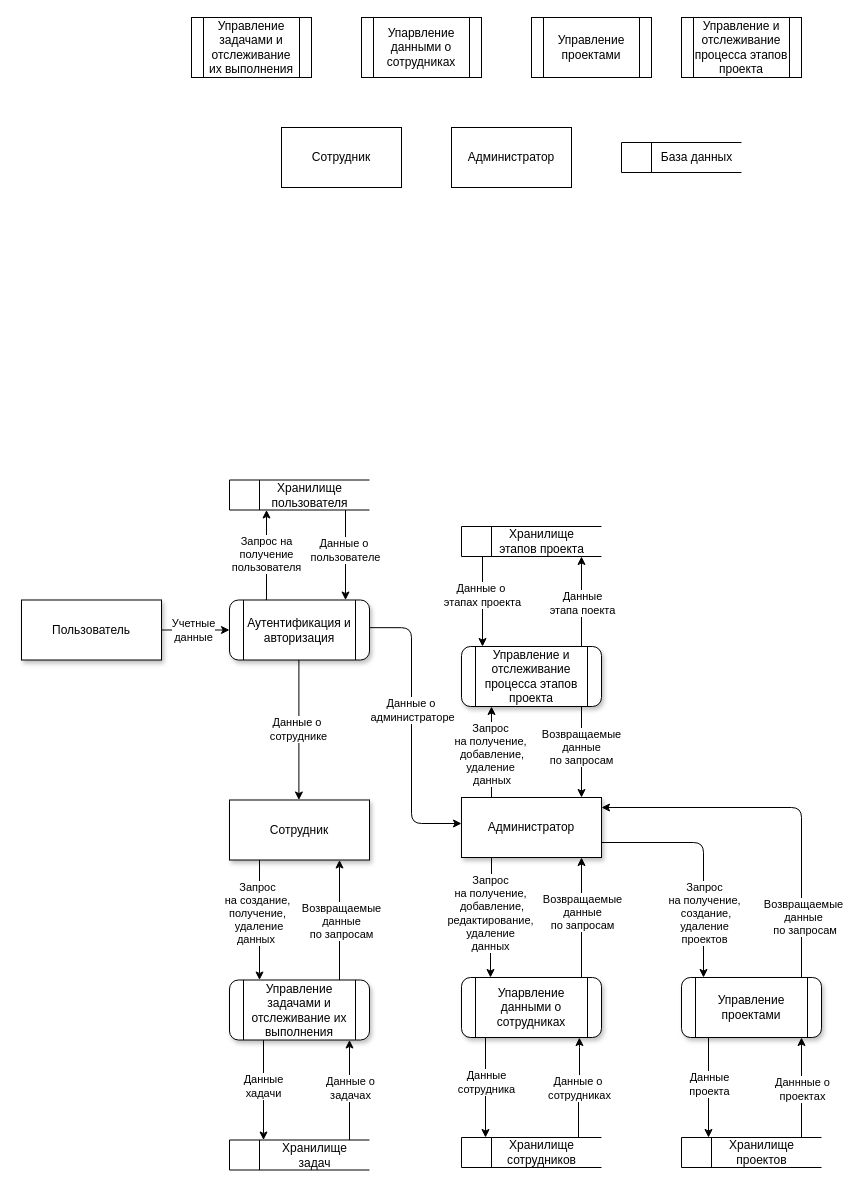
Above: page "Потоки данных" (5 of 7) of misc/Диаграммы/schema.drawio in Kristinycheremych/eremenko-graduateproject (draw.io), before the change. Source tidied: cells renumbered, new cells numbered last; positions are measured from the earlier drawing's top-left corner, leaving out a move shared by most shapes. Both pictures are drawn from the tidied source at 100%, with x=0, y=0 at pixel (21, 17).
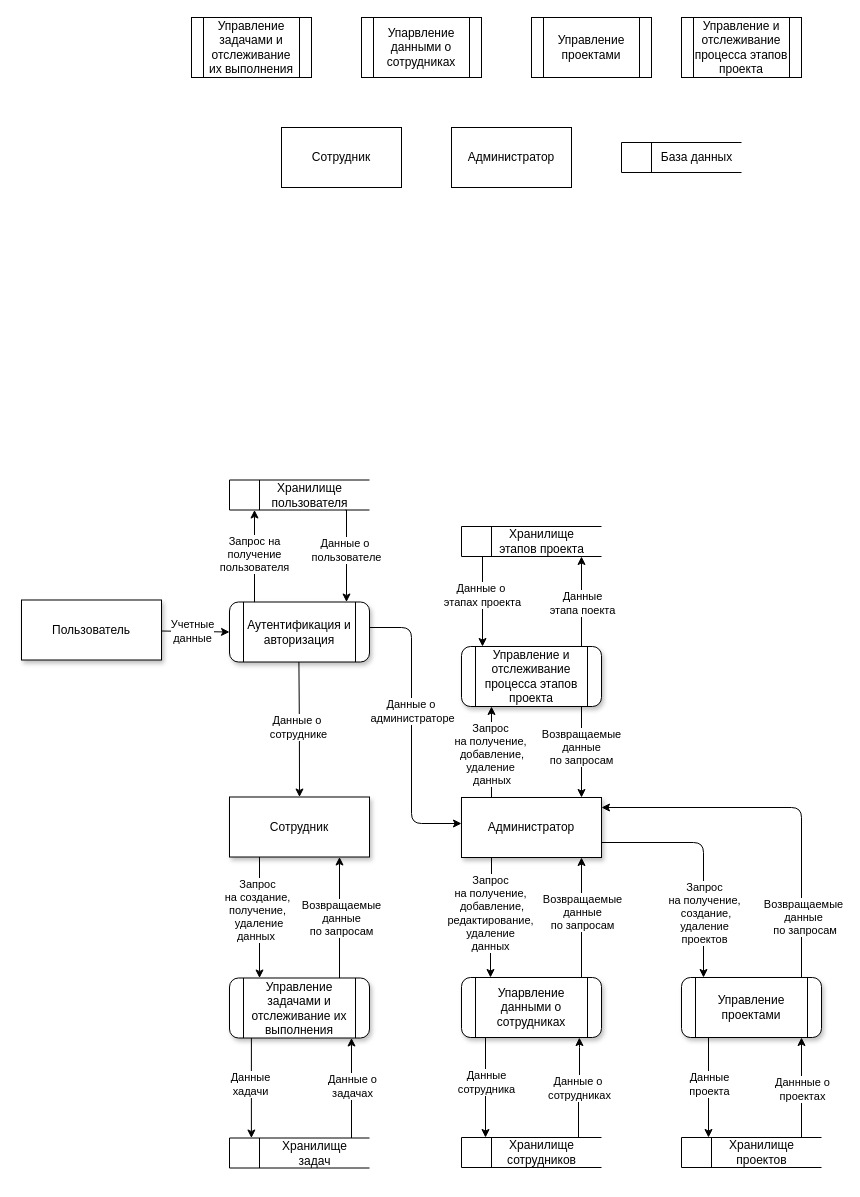
After the change.

Unchanged cells that the change refers to:
```xml
<mxCell id="47" style="html=1;dashed=0;whiteSpace=wrap;shape=mxgraph.dfd.dataStoreID;align=left;spacingLeft=3;points=[[0,0],[0.5,0],[1,0],[0,0.5],[1,0.5],[0,1],[0.5,1],[1,1]];" parent="46" vertex="1">
  <mxGeometry width="140" height="30" as="geometry" />
</mxCell>
<mxCell id="66" style="html=1;dashed=0;whiteSpace=wrap;shape=mxgraph.dfd.dataStoreID;align=left;spacingLeft=3;points=[[0,0],[0.5,0],[1,0],[0,0.5],[1,0.5],[0,1],[0.5,1],[1,1]];" parent="65" vertex="1">
  <mxGeometry width="140" height="30" as="geometry" />
</mxCell>
```

Change to the diagram source:
```diff
@@
     <mxCell id="40" style="edgeStyle=orthogonalEdgeStyle;rounded=0;orthogonalLoop=1;jettySize=auto;html=1;" parent="1" edge="1">
       <mxGeometry relative="1" as="geometry">
-        <mxPoint x="242" y="1022.5" as="sourcePoint" />
-        <mxPoint x="242" y="1122.5" as="targetPoint" />
+        <mxPoint x="229.9" y="1020.5" as="sourcePoint" />
+        <mxPoint x="229.9" y="1120.5" as="targetPoint" />
       </mxGeometry>
     </mxCell>
@@
     <mxCell id="42" value="Управление задачами и отслеживание их выполнения" style="shape=process;whiteSpace=wrap;html=1;backgroundOutline=1;rounded=1;shadow=1;strokeWidth=1;glass=0;perimeterSpacing=0;gradientColor=none;" parent="1" vertex="1">
-      <mxGeometry x="208" y="962.5" width="140" height="60" as="geometry" />
+      <mxGeometry x="208" y="960.5" width="140" height="60" as="geometry" />
     </mxCell>
@@
     <mxCell id="45" value="Сотрудник" style="rounded=0;whiteSpace=wrap;html=1;shadow=1;" parent="1" vertex="1">
-      <mxGeometry x="208" y="782.5" width="140" height="60" as="geometry" />
+      <mxGeometry x="208" y="779.5" width="140" height="60" as="geometry" />
     </mxCell>
     <mxCell id="46" style="group;" parent="1" vertex="1">
-      <mxGeometry x="208" y="1122.5" width="140" height="35" as="geometry" />
+      <mxGeometry x="208" y="1120.5" width="140" height="35" as="geometry" />
     </mxCell>
@@
-    <mxCell id="49" style="edgeStyle=orthogonalEdgeStyle;rounded=0;orthogonalLoop=1;jettySize=auto;html=1;" parent="1" edge="1">
+    <mxCell id="49" style="edgeStyle=orthogonalEdgeStyle;rounded=0;jettySize=auto;html=1;" parent="1" edge="1" source="47" target="42">
       <mxGeometry relative="1" as="geometry">
-        <mxPoint x="328" y="1122.5" as="sourcePoint" />
-        <mxPoint x="328" y="1022.5" as="targetPoint" />
         <Array as="points">
-          <mxPoint x="328" y="1072.5" />
-          <mxPoint x="328" y="1072.5" />
+          <mxPoint x="330" y="1070" />
+          <mxPoint x="330" y="1070" />
         </Array>
       </mxGeometry>
     </mxCell>
@@
-    <mxCell id="61" style="edgeStyle=orthogonalEdgeStyle;rounded=0;orthogonalLoop=1;jettySize=auto;html=1;" parent="1" edge="1">
+    <mxCell id="61" style="edgeStyle=orthogonalEdgeStyle;rounded=0;jettySize=auto;html=1;" parent="1" edge="1" target="45">
       <mxGeometry relative="1" as="geometry">
         <mxPoint x="277.4" y="642.5" as="sourcePoint" />
-        <mxPoint x="277.4" y="782.5" as="targetPoint" />
-        <Array as="points">
-          <mxPoint x="277.4" y="712.5" />
-          <mxPoint x="277.4" y="712.5" />
-        </Array>
       </mxGeometry>
     </mxCell>
@@
-    <mxCell id="63" style="edgeStyle=orthogonalEdgeStyle;rounded=1;jettySize=auto;html=1;curved=0;exitX=0.998;exitY=0.461;exitDx=0;exitDy=0;exitPerimeter=0;" parent="1" edge="1" source="70">
+    <mxCell id="63" style="edgeStyle=orthogonalEdgeStyle;rounded=1;jettySize=auto;html=1;curved=0;" parent="1" edge="1" source="70">
       <mxGeometry relative="1" as="geometry">
         <mxPoint x="440" y="806" as="targetPoint" />
         <Array as="points">
           <mxPoint x="390" y="610" />
           <mxPoint x="390" y="806" />
         </Array>
       </mxGeometry>
     </mxCell>
@@
-    <mxCell id="68" style="edgeStyle=orthogonalEdgeStyle;rounded=0;jettySize=auto;html=1;" parent="1" edge="1" target="66">
+    <mxCell id="68" style="edgeStyle=orthogonalEdgeStyle;rounded=0;orthogonalLoop=1;jettySize=auto;html=1;" parent="1" edge="1">
       <mxGeometry relative="1" as="geometry">
-        <mxPoint x="244" y="582.5" as="sourcePoint" />
+        <mxPoint x="233" y="584.5" as="sourcePoint" />
+        <mxPoint x="233" y="492.5" as="targetPoint" />
         <Array as="points">
-          <mxPoint x="245" y="582.5" />
+          <mxPoint x="233" y="540" />
+          <mxPoint x="233" y="540" />
         </Array>
       </mxGeometry>
     </mxCell>
@@
     <mxCell id="70" value="Аутентификация и авторизация" style="shape=process;whiteSpace=wrap;html=1;backgroundOutline=1;rounded=1;shadow=1;strokeWidth=1;glass=0;perimeterSpacing=0;gradientColor=none;" parent="1" vertex="1">
-      <mxGeometry x="208" y="582.5" width="140" height="60" as="geometry" />
+      <mxGeometry x="208" y="584.5" width="140" height="60" as="geometry" />
     </mxCell>
-    <mxCell id="71" style="edgeStyle=orthogonalEdgeStyle;rounded=0;orthogonalLoop=1;jettySize=auto;html=1;" parent="1" edge="1">
+    <mxCell id="71" style="edgeStyle=orthogonalEdgeStyle;rounded=0;jettySize=auto;html=1;" parent="1" edge="1" target="70">
       <mxGeometry relative="1" as="geometry">
         <mxPoint x="324" y="492.5" as="sourcePoint" />
-        <mxPoint x="324" y="582.5" as="targetPoint" />
         <Array as="points">
-          <mxPoint x="324" y="522.5" />
-          <mxPoint x="324" y="522.5" />
+          <mxPoint x="325" y="493" />
         </Array>
       </mxGeometry>
     </mxCell>
```
